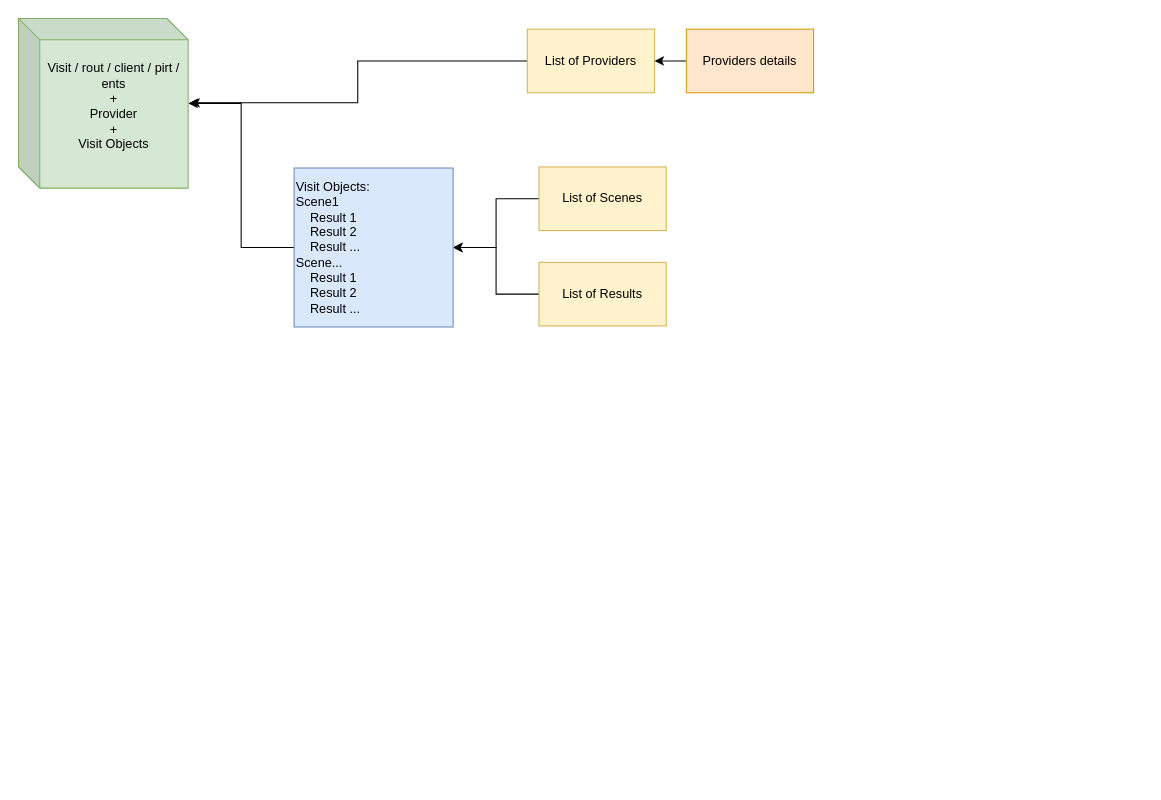
Before: page "Back End Scheme" (1 of 5) of IRD.drawio in ssha2/diagram, a draw.io diagram. Source tidied: cells renumbered, new cells numbered last; positions are measured from the earlier drawing's top-left corner, leaving out a move shared by most shapes. Both pictures are drawn from the tidied source at 106%, with x=0, y=0 at pixel (18, 18).
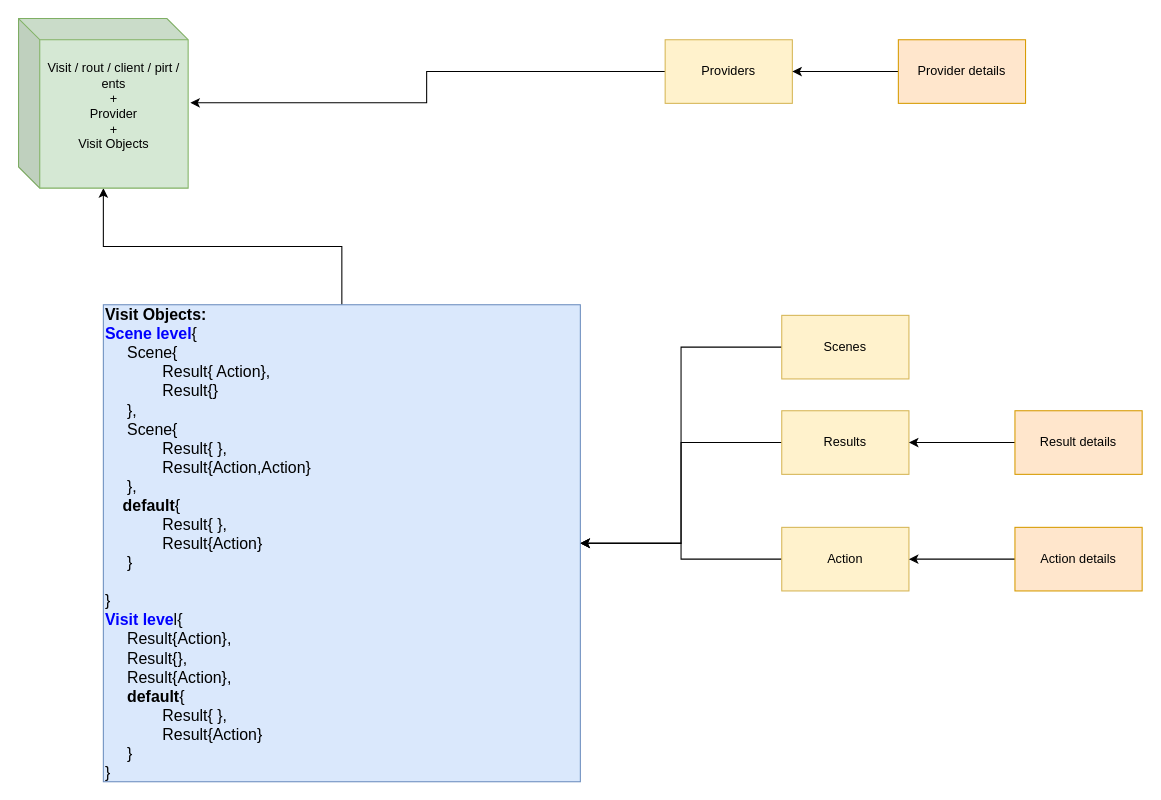
The same diagram, later.

The edit, as a diff of the source:
```diff
@@
 <mxGraphModel>
   <root>
     <mxCell id="0" />
     <mxCell id="1" parent="0" />
     <mxCell id="2" style="edgeStyle=orthogonalEdgeStyle;rounded=0;jettySize=auto;html=1;" parent="1" edge="1" source="3" target="7">
       <mxGeometry relative="1" as="geometry" />
     </mxCell>
-    <mxCell id="3" value="List of Scenes" style="rounded=0;whiteSpace=wrap;html=1;fillColor=#fff2cc;strokeColor=#d6b656;" parent="1" vertex="1">
-      <mxGeometry x="491" y="140" width="120" height="60" as="geometry" />
+    <mxCell id="3" value="Scenes" style="rounded=0;whiteSpace=wrap;html=1;fillColor=#fff2cc;strokeColor=#d6b656;" parent="1" vertex="1">
+      <mxGeometry x="720" y="280" width="120" height="60" as="geometry" />
     </mxCell>
     <mxCell id="4" style="edgeStyle=orthogonalEdgeStyle;rounded=0;jettySize=auto;html=1;entryX=1;entryY=0.5;entryDx=0;entryDy=0;" parent="1" edge="1" source="5" target="7">
       <mxGeometry relative="1" as="geometry" />
     </mxCell>
-    <mxCell id="5" value="List of Results" style="rounded=0;whiteSpace=wrap;html=1;fillColor=#fff2cc;strokeColor=#d6b656;" parent="1" vertex="1">
-      <mxGeometry x="491" y="230" width="120" height="60" as="geometry" />
+    <mxCell id="5" value="Results" style="rounded=0;whiteSpace=wrap;html=1;fillColor=#fff2cc;strokeColor=#d6b656;" parent="1" vertex="1">
+      <mxGeometry x="720" y="370" width="120" height="60" as="geometry" />
     </mxCell>
     <mxCell id="6" style="edgeStyle=orthogonalEdgeStyle;rounded=0;jettySize=auto;html=1;" parent="1" edge="1" source="7" target="12">
       <mxGeometry relative="1" as="geometry" />
     </mxCell>
-    <mxCell id="7" value="Visit Objects:&lt;br&gt;Scene1&lt;br&gt;&amp;nbsp; &amp;nbsp; Result 1&lt;br&gt;&amp;nbsp; &amp;nbsp; Result 2&lt;br&gt;&amp;nbsp; &amp;nbsp; Result ...&lt;br&gt;Scene...&lt;br&gt;&amp;nbsp; &amp;nbsp; Result 1&lt;br&gt;&amp;nbsp; &amp;nbsp; Result 2&lt;br&gt;&amp;nbsp; &amp;nbsp; Result ..." style="whiteSpace=wrap;html=1;align=left;fillColor=#dae8fc;strokeColor=#6c8ebf;" parent="1" vertex="1">
-      <mxGeometry x="260" y="141" width="150" height="150" as="geometry" />
+    <mxCell id="7" value="&lt;b style=&quot;font-size: 15px&quot;&gt;Visit Objects:&lt;/b&gt;&lt;br style=&quot;font-size: 15px&quot;&gt;&lt;div style=&quot;font-size: 15px&quot;&gt;&lt;div style=&quot;font-size: 15px&quot;&gt;&lt;b style=&quot;font-size: 15px&quot;&gt;&lt;font color=&quot;#0000ff&quot; style=&quot;font-size: 15px&quot;&gt;Scene level&lt;/font&gt;&lt;/b&gt;{&lt;/div&gt;&lt;div style=&quot;font-size: 15px&quot;&gt;&amp;nbsp; &amp;nbsp; &amp;nbsp;Scene{&lt;/div&gt;&lt;div style=&quot;font-size: 15px&quot;&gt;&amp;nbsp; &amp;nbsp; &amp;nbsp; &amp;nbsp; &amp;nbsp; &amp;nbsp; &amp;nbsp;Result{ Action},&lt;/div&gt;&lt;div style=&quot;font-size: 15px&quot;&gt;&amp;nbsp; &amp;nbsp; &amp;nbsp; &amp;nbsp; &amp;nbsp; &amp;nbsp; &amp;nbsp;Result{}&lt;/div&gt;&lt;div style=&quot;font-size: 15px&quot;&gt;&amp;nbsp; &amp;nbsp; &amp;nbsp;},&lt;/div&gt;&lt;div style=&quot;font-size: 15px&quot;&gt;&amp;nbsp; &amp;nbsp; &amp;nbsp;Scene{&lt;/div&gt;&lt;div style=&quot;font-size: 15px&quot;&gt;&amp;nbsp; &amp;nbsp; &amp;nbsp; &amp;nbsp; &amp;nbsp; &amp;nbsp; &amp;nbsp;Result{ },&lt;/div&gt;&lt;div style=&quot;font-size: 15px&quot;&gt;&amp;nbsp; &amp;nbsp; &amp;nbsp; &amp;nbsp; &amp;nbsp; &amp;nbsp; &amp;nbsp;Result{Action,Action}&lt;/div&gt;&lt;div style=&quot;font-size: 15px&quot;&gt;&amp;nbsp; &amp;nbsp; &amp;nbsp;},&lt;/div&gt;&lt;div style=&quot;font-size: 15px&quot;&gt;&lt;div&gt;&amp;nbsp; &amp;nbsp; &lt;b&gt;default&lt;/b&gt;{&lt;/div&gt;&lt;div&gt;&amp;nbsp; &amp;nbsp; &amp;nbsp; &amp;nbsp; &amp;nbsp; &amp;nbsp; &amp;nbsp;Result{ },&lt;/div&gt;&lt;div&gt;&amp;nbsp; &amp;nbsp; &amp;nbsp; &amp;nbsp; &amp;nbsp; &amp;nbsp; &amp;nbsp;Result{Action}&lt;/div&gt;&lt;div&gt;&amp;nbsp; &amp;nbsp; &amp;nbsp;}&lt;/div&gt;&lt;div&gt;&lt;br&gt;&lt;/div&gt;&lt;/div&gt;&lt;div style=&quot;font-size: 15px&quot;&gt;}&lt;div style=&quot;font-size: 15px&quot;&gt;&lt;font color=&quot;#0000ff&quot; style=&quot;font-size: 15px&quot;&gt;&lt;b style=&quot;font-size: 15px&quot;&gt;Visit leve&lt;/b&gt;&lt;/font&gt;l{&lt;/div&gt;&lt;div style=&quot;font-size: 15px&quot;&gt;&amp;nbsp; &amp;nbsp; &amp;nbsp;Result{Action},&lt;/div&gt;&lt;div style=&quot;font-size: 15px&quot;&gt;&amp;nbsp; &amp;nbsp; &amp;nbsp;Result{},&lt;/div&gt;&lt;div style=&quot;font-size: 15px&quot;&gt;&amp;nbsp; &amp;nbsp; &amp;nbsp;Result{Action},&lt;/div&gt;&lt;div style=&quot;font-size: 15px&quot;&gt;&lt;div&gt;&amp;nbsp;&amp;nbsp;&amp;nbsp; &amp;nbsp;&lt;b&gt;default&lt;/b&gt;{&lt;/div&gt;&lt;div&gt;&amp;nbsp; &amp;nbsp; &amp;nbsp; &amp;nbsp; &amp;nbsp; &amp;nbsp; &amp;nbsp;Result{ },&lt;/div&gt;&lt;div&gt;&amp;nbsp; &amp;nbsp; &amp;nbsp; &amp;nbsp; &amp;nbsp; &amp;nbsp; &amp;nbsp;Result{Action}&lt;/div&gt;&lt;div&gt;&amp;nbsp; &amp;nbsp; &amp;nbsp;}&lt;/div&gt;&lt;/div&gt;&lt;div style=&quot;font-size: 15px&quot;&gt;}&lt;/div&gt;&lt;/div&gt;&lt;/div&gt;" style="whiteSpace=wrap;html=1;align=left;fillColor=#dae8fc;strokeColor=#6c8ebf;fontSize=15;" parent="1" vertex="1">
+      <mxGeometry x="80" y="270" width="450" height="450" as="geometry" />
     </mxCell>
     <mxCell id="8" style="edgeStyle=orthogonalEdgeStyle;rounded=0;jettySize=auto;html=1;entryX=1.013;entryY=0.497;entryDx=0;entryDy=0;entryPerimeter=0;" parent="1" edge="1" source="9" target="12">
       <mxGeometry relative="1" as="geometry" />
     </mxCell>
-    <mxCell id="9" value="List of Providers" style="rounded=0;whiteSpace=wrap;html=1;fillColor=#fff2cc;strokeColor=#d6b656;" parent="1" vertex="1">
-      <mxGeometry x="480" y="10" width="120" height="60" as="geometry" />
+    <mxCell id="9" value="Providers" style="rounded=0;whiteSpace=wrap;html=1;fillColor=#fff2cc;strokeColor=#d6b656;" parent="1" vertex="1">
+      <mxGeometry x="610" y="20" width="120" height="60" as="geometry" />
     </mxCell>
     <mxCell id="10" style="edgeStyle=orthogonalEdgeStyle;rounded=0;jettySize=auto;html=1;" parent="1" edge="1" source="11" target="9">
       <mxGeometry relative="1" as="geometry" />
     </mxCell>
-    <mxCell id="11" value="Providers details" style="rounded=0;whiteSpace=wrap;html=1;fillColor=#ffe6cc;strokeColor=#d79b00;" parent="1" vertex="1">
-      <mxGeometry x="630" y="10" width="120" height="60" as="geometry" />
+    <mxCell id="11" value="Provider details" style="rounded=0;whiteSpace=wrap;html=1;fillColor=#ffe6cc;strokeColor=#d79b00;" parent="1" vertex="1">
+      <mxGeometry x="830" y="20" width="120" height="60" as="geometry" />
     </mxCell>
     <mxCell id="12" value="&lt;span&gt;Visit / rout / client / pirt / ents&lt;br&gt;+&lt;br&gt;Provider&lt;br&gt;+&lt;br&gt;&lt;/span&gt;&lt;span style=&quot;text-align: left&quot;&gt;Visit Objects&lt;/span&gt;&lt;span&gt;&lt;br&gt;&lt;br&gt;&lt;/span&gt;" style="shape=cube;whiteSpace=wrap;html=1;boundedLbl=1;backgroundOutline=1;darkOpacity=0.05;darkOpacity2=0.1;fillColor=#d5e8d4;strokeColor=#82b366;" parent="1" vertex="1">
       <mxGeometry width="160" height="160" as="geometry" />
     </mxCell>
+    <mxCell id="13" style="edgeStyle=orthogonalEdgeStyle;rounded=0;jettySize=auto;html=1;entryX=1;entryY=0.5;entryDx=0;entryDy=0;" parent="1" edge="1" source="14" target="5">
+      <mxGeometry relative="1" as="geometry" />
+    </mxCell>
+    <mxCell id="14" value="Result details" style="rounded=0;whiteSpace=wrap;html=1;fillColor=#ffe6cc;strokeColor=#d79b00;" parent="1" vertex="1">
+      <mxGeometry x="940" y="370" width="120" height="60" as="geometry" />
+    </mxCell>
+    <mxCell id="15" style="edgeStyle=orthogonalEdgeStyle;rounded=0;jettySize=auto;html=1;entryX=1;entryY=0.5;entryDx=0;entryDy=0;" parent="1" edge="1" source="16" target="7">
+      <mxGeometry relative="1" as="geometry" />
+    </mxCell>
+    <mxCell id="16" value="Action" style="rounded=0;whiteSpace=wrap;html=1;fillColor=#fff2cc;strokeColor=#d6b656;" parent="1" vertex="1">
+      <mxGeometry x="720" y="480" width="120" height="60" as="geometry" />
+    </mxCell>
+    <mxCell id="17" style="edgeStyle=orthogonalEdgeStyle;rounded=0;jettySize=auto;html=1;entryX=1;entryY=0.5;entryDx=0;entryDy=0;" parent="1" edge="1" source="18">
+      <mxGeometry relative="1" as="geometry">
+        <mxPoint x="840" y="510" as="targetPoint" />
+      </mxGeometry>
+    </mxCell>
+    <mxCell id="18" value="Action details" style="rounded=0;whiteSpace=wrap;html=1;fillColor=#ffe6cc;strokeColor=#d79b00;" parent="1" vertex="1">
+      <mxGeometry x="940" y="480" width="120" height="60" as="geometry" />
+    </mxCell>
   </root>
 </mxGraphModel>
```
